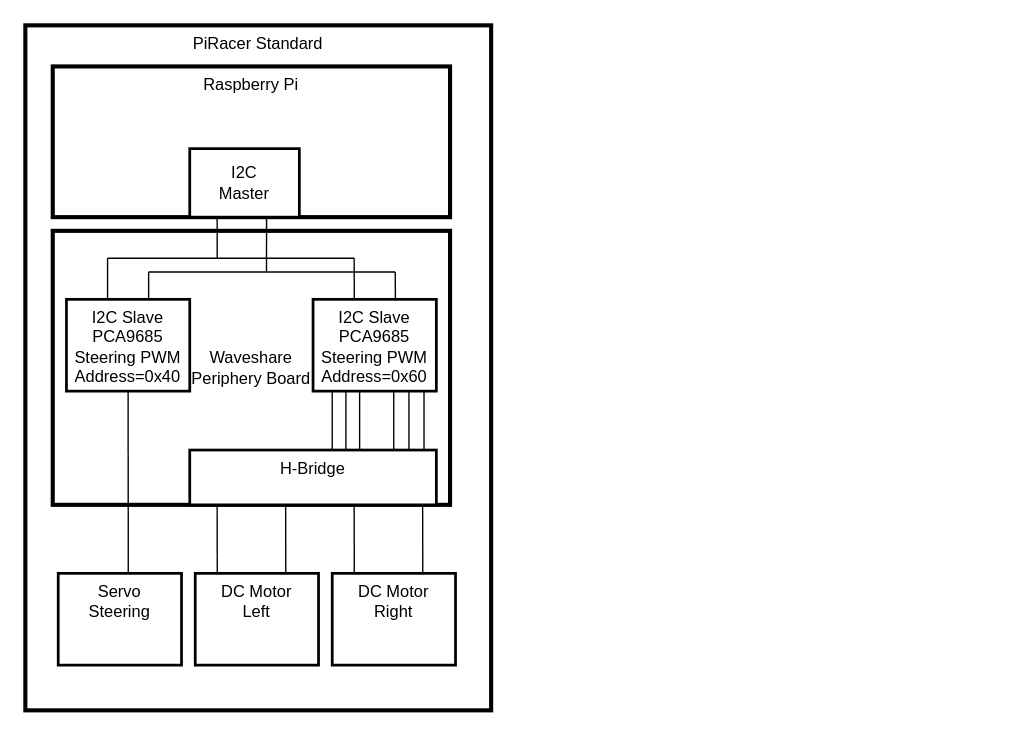
Above: doc/architecture/piracer_overview.drawio in twyleg/piracer_py (draw.io), before the change. Source tidied: cells renumbered, new cells numbered last; positions are measured from the earlier drawing's top-left corner, leaving out a move shared by most shapes. Both pictures are drawn from the tidied source at 137%, with x=0, y=0 at pixel (25, 25).
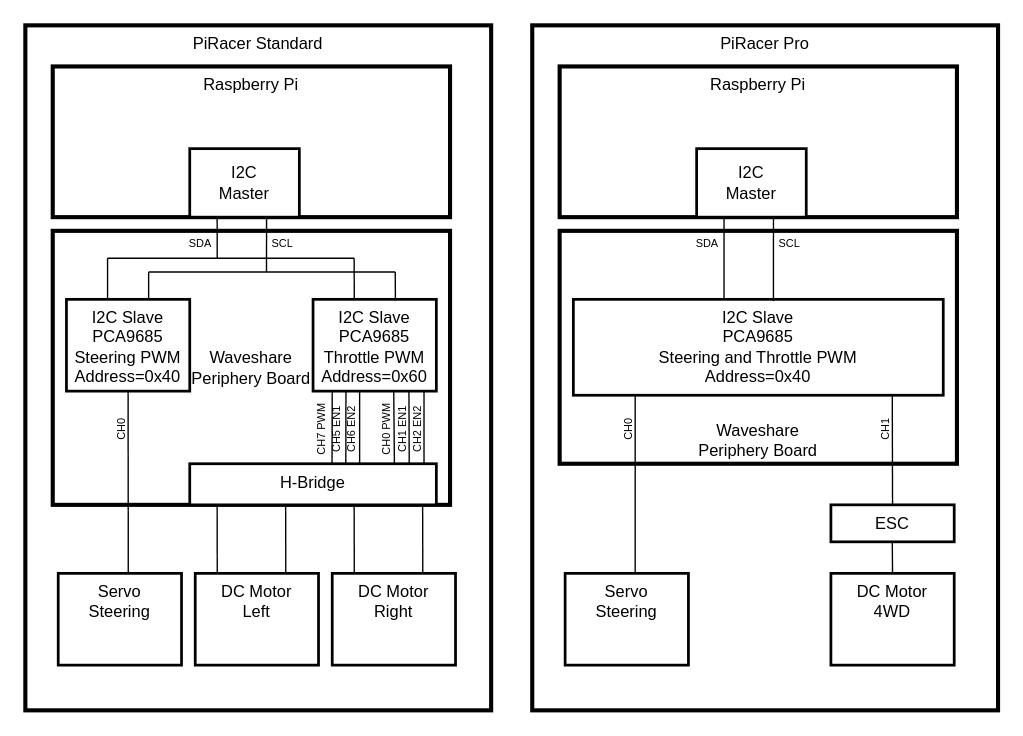
The same page after the edit.

Commit message (it also covers changes not shown here):
Added architecture overview to README.md

Diff of the diagram source:
```diff
@@
-    <mxCell id="7" value="I2C Slave&lt;br&gt;PCA9685&lt;br&gt;Steering PWM&lt;br&gt;Address=0x60" style="rounded=0;whiteSpace=wrap;html=1;verticalAlign=top;strokeWidth=2;" parent="1" vertex="1">
+    <mxCell id="7" value="I2C Slave&lt;br&gt;PCA9685&lt;br&gt;Throttle PWM&lt;br&gt;Address=0x60" style="rounded=0;whiteSpace=wrap;html=1;verticalAlign=top;strokeWidth=2;" parent="1" vertex="1">
       <mxGeometry x="210" y="200" width="90" height="67" as="geometry" />
     </mxCell>
@@
     <mxCell id="20" value="H-Bridge" style="rounded=0;whiteSpace=wrap;html=1;verticalAlign=top;strokeWidth=2;" parent="1" vertex="1">
-      <mxGeometry x="120" y="310" width="180" height="40" as="geometry" />
+      <mxGeometry x="120" y="320" width="180" height="30" as="geometry" />
     </mxCell>
-    <mxCell id="21" style="endArrow=none;html=1;rounded=0;entryX=0.5;entryY=1;entryDx=0;entryDy=0;" parent="1" edge="1">
+    <mxCell id="21" style="endArrow=none;html=1;rounded=0;entryX=0.5;entryY=1;entryDx=0;entryDy=0;exitX=0.577;exitY=-0.001;exitDx=0;exitDy=0;exitPerimeter=0;" parent="1" edge="1" source="20">
       <mxGeometry relative="1" as="geometry">
-        <mxPoint x="224" y="310" as="sourcePoint" />
         <mxPoint x="224" y="267" as="targetPoint" />
       </mxGeometry>
     </mxCell>
-    <mxCell id="22" style="endArrow=none;html=1;rounded=0;entryX=0.5;entryY=1;entryDx=0;entryDy=0;" parent="1" edge="1">
+    <mxCell id="22" style="endArrow=none;html=1;rounded=0;entryX=0.5;entryY=1;entryDx=0;entryDy=0;exitX=0.633;exitY=-0.006;exitDx=0;exitDy=0;exitPerimeter=0;" parent="1" edge="1" source="20">
       <mxGeometry relative="1" as="geometry">
-        <mxPoint x="234" y="310" as="sourcePoint" />
         <mxPoint x="234" y="267" as="targetPoint" />
       </mxGeometry>
     </mxCell>
-    <mxCell id="23" style="endArrow=none;html=1;rounded=0;entryX=0.5;entryY=1;entryDx=0;entryDy=0;" parent="1" edge="1">
+    <mxCell id="23" style="endArrow=none;html=1;rounded=0;entryX=0.5;entryY=1;entryDx=0;entryDy=0;exitX=0.689;exitY=-0.001;exitDx=0;exitDy=0;exitPerimeter=0;" parent="1" edge="1" source="20">
       <mxGeometry relative="1" as="geometry">
-        <mxPoint x="244" y="310" as="sourcePoint" />
         <mxPoint x="244" y="267" as="targetPoint" />
       </mxGeometry>
     </mxCell>
-    <mxCell id="24" style="endArrow=none;html=1;rounded=0;entryX=0.5;entryY=1;entryDx=0;entryDy=0;" parent="1" edge="1">
+    <mxCell id="24" style="endArrow=none;html=1;rounded=0;entryX=0.5;entryY=1;entryDx=0;entryDy=0;exitX=0.83;exitY=0.004;exitDx=0;exitDy=0;exitPerimeter=0;" parent="1" edge="1" source="20">
       <mxGeometry relative="1" as="geometry">
-        <mxPoint x="268.9" y="310" as="sourcePoint" />
         <mxPoint x="268.9" y="267" as="targetPoint" />
       </mxGeometry>
     </mxCell>
-    <mxCell id="25" style="endArrow=none;html=1;rounded=0;entryX=0.5;entryY=1;entryDx=0;entryDy=0;" parent="1" edge="1">
+    <mxCell id="25" style="endArrow=none;html=1;rounded=0;entryX=0.5;entryY=1;entryDx=0;entryDy=0;exitX=0.89;exitY=-0.006;exitDx=0;exitDy=0;exitPerimeter=0;" parent="1" edge="1" source="20">
       <mxGeometry relative="1" as="geometry">
-        <mxPoint x="280" y="310" as="sourcePoint" />
         <mxPoint x="280" y="267" as="targetPoint" />
       </mxGeometry>
     </mxCell>
     <mxCell id="26" style="endArrow=none;html=1;rounded=0;entryX=0.5;entryY=1;entryDx=0;entryDy=0;" parent="1" edge="1">
       <mxGeometry relative="1" as="geometry">
-        <mxPoint x="291" y="310" as="sourcePoint" />
+        <mxPoint x="291" y="320" as="sourcePoint" />
         <mxPoint x="291" y="267" as="targetPoint" />
       </mxGeometry>
     </mxCell>
@@
+    <mxCell id="31" value="&lt;font style=&quot;font-size: 8px&quot;&gt;SDA&lt;/font&gt;" style="text;html=1;strokeColor=none;fillColor=none;align=center;verticalAlign=middle;whiteSpace=wrap;rounded=0;" parent="1" vertex="1">
+      <mxGeometry x="98" y="143" width="60" height="30" as="geometry" />
+    </mxCell>
+    <mxCell id="32" value="&lt;font style=&quot;font-size: 8px&quot;&gt;SCL&lt;/font&gt;" style="text;html=1;strokeColor=none;fillColor=none;align=center;verticalAlign=middle;whiteSpace=wrap;rounded=0;" parent="1" vertex="1">
+      <mxGeometry x="158" y="143" width="60" height="30" as="geometry" />
+    </mxCell>
+    <mxCell id="33" value="&lt;font style=&quot;font-size: 8px&quot;&gt;CH0&lt;/font&gt;" style="text;html=1;strokeColor=none;fillColor=none;align=center;verticalAlign=middle;whiteSpace=wrap;rounded=0;direction=west;rotation=270;" parent="1" vertex="1">
+      <mxGeometry x="39" y="280" width="60" height="30" as="geometry" />
+    </mxCell>
+    <mxCell id="34" value="&lt;font style=&quot;font-size: 8px&quot;&gt;CH0 PWM&lt;/font&gt;" style="text;html=1;strokeColor=none;fillColor=none;align=center;verticalAlign=middle;whiteSpace=wrap;rounded=0;direction=west;rotation=270;" parent="1" vertex="1">
+      <mxGeometry x="233" y="280" width="60" height="30" as="geometry" />
+    </mxCell>
+    <mxCell id="35" value="&lt;font style=&quot;font-size: 8px&quot;&gt;CH1 EN1&lt;/font&gt;" style="text;html=1;strokeColor=none;fillColor=none;align=center;verticalAlign=middle;whiteSpace=wrap;rounded=0;direction=west;rotation=270;" parent="1" vertex="1">
+      <mxGeometry x="244" y="280" width="60" height="30" as="geometry" />
+    </mxCell>
+    <mxCell id="36" value="&lt;font style=&quot;font-size: 8px&quot;&gt;CH2 EN2&lt;br&gt;&lt;/font&gt;" style="text;html=1;strokeColor=none;fillColor=none;align=center;verticalAlign=middle;whiteSpace=wrap;rounded=0;direction=west;rotation=270;" parent="1" vertex="1">
+      <mxGeometry x="255" y="280" width="60" height="30" as="geometry" />
+    </mxCell>
+    <mxCell id="37" value="&lt;font style=&quot;font-size: 8px&quot;&gt;CH7 PWM&lt;/font&gt;" style="text;html=1;strokeColor=none;fillColor=none;align=center;verticalAlign=middle;whiteSpace=wrap;rounded=0;direction=west;rotation=270;" parent="1" vertex="1">
+      <mxGeometry x="185" y="280" width="60" height="30" as="geometry" />
+    </mxCell>
+    <mxCell id="38" value="&lt;font style=&quot;font-size: 8px&quot;&gt;CH5 EN1&lt;/font&gt;" style="text;html=1;strokeColor=none;fillColor=none;align=center;verticalAlign=middle;whiteSpace=wrap;rounded=0;direction=west;rotation=270;" parent="1" vertex="1">
+      <mxGeometry x="196" y="280" width="60" height="30" as="geometry" />
+    </mxCell>
+    <mxCell id="39" value="&lt;font style=&quot;font-size: 8px&quot;&gt;CH6 EN2&lt;br&gt;&lt;/font&gt;" style="text;html=1;strokeColor=none;fillColor=none;align=center;verticalAlign=middle;whiteSpace=wrap;rounded=0;direction=west;rotation=270;" parent="1" vertex="1">
+      <mxGeometry x="207" y="280" width="60" height="30" as="geometry" />
+    </mxCell>
+    <mxCell id="40" value="PiRacer Pro" style="rounded=0;whiteSpace=wrap;html=1;verticalAlign=top;strokeWidth=3;" parent="1" vertex="1">
+      <mxGeometry x="370" width="340" height="500" as="geometry" />
+    </mxCell>
+    <mxCell id="41" value="Raspberry Pi" style="rounded=0;whiteSpace=wrap;html=1;verticalAlign=top;strokeWidth=3;" parent="1" vertex="1">
+      <mxGeometry x="390" y="30" width="290" height="110" as="geometry" />
+    </mxCell>
+    <mxCell id="42" value="Waveshare&lt;br&gt;Periphery Board" style="rounded=0;whiteSpace=wrap;html=1;verticalAlign=bottom;strokeWidth=3;" parent="1" vertex="1">
+      <mxGeometry x="390" y="150" width="290" height="170" as="geometry" />
+    </mxCell>
+    <mxCell id="43" value="I2C&lt;br&gt;Master" style="rounded=0;whiteSpace=wrap;html=1;strokeWidth=2;" parent="1" vertex="1">
+      <mxGeometry x="490" y="90" width="80" height="50" as="geometry" />
+    </mxCell>
+    <mxCell id="44" value="I2C Slave&lt;br&gt;PCA9685&lt;br&gt;Steering and Throttle PWM&lt;br&gt;Address=0x40" style="rounded=0;whiteSpace=wrap;html=1;verticalAlign=top;strokeWidth=2;" parent="1" vertex="1">
+      <mxGeometry x="400" y="200" width="270" height="70" as="geometry" />
+    </mxCell>
+    <mxCell id="45" style="endArrow=none;html=1;rounded=0;entryX=0.701;entryY=1.019;entryDx=0;entryDy=0;entryPerimeter=0;exitX=0.541;exitY=0.017;exitDx=0;exitDy=0;exitPerimeter=0;" parent="1" edge="1" source="44" target="43">
+      <mxGeometry relative="1" as="geometry" />
+    </mxCell>
+    <mxCell id="46" style="endArrow=none;html=1;rounded=0;entryX=0.25;entryY=1;entryDx=0;entryDy=0;" parent="1" edge="1" target="43">
+      <mxGeometry relative="1" as="geometry">
+        <mxPoint x="510" y="200" as="sourcePoint" />
+      </mxGeometry>
+    </mxCell>
+    <mxCell id="47" value="Servo&lt;br&gt;Steering" style="rounded=0;whiteSpace=wrap;html=1;verticalAlign=top;strokeWidth=2;" parent="1" vertex="1">
+      <mxGeometry x="394" y="400" width="90" height="67" as="geometry" />
+    </mxCell>
+    <mxCell id="48" value="DC Motor&lt;br&gt;4WD" style="rounded=0;whiteSpace=wrap;html=1;verticalAlign=top;strokeWidth=2;" parent="1" vertex="1">
+      <mxGeometry x="588" y="400" width="90" height="67" as="geometry" />
+    </mxCell>
+    <mxCell id="49" style="endArrow=none;html=1;rounded=0;entryX=0.083;entryY=0.295;entryDx=0;entryDy=0;exitX=0.221;exitY=0.8;exitDx=0;exitDy=0;exitPerimeter=0;entryPerimeter=0;" parent="1" edge="1" source="40" target="52">
+      <mxGeometry relative="1" as="geometry" />
+    </mxCell>
+    <mxCell id="50" value="&lt;font style=&quot;font-size: 8px&quot;&gt;SDA&lt;/font&gt;" style="text;html=1;strokeColor=none;fillColor=none;align=center;verticalAlign=middle;whiteSpace=wrap;rounded=0;" parent="1" vertex="1">
+      <mxGeometry x="468" y="143" width="60" height="30" as="geometry" />
+    </mxCell>
+    <mxCell id="51" value="&lt;font style=&quot;font-size: 8px&quot;&gt;SCL&lt;/font&gt;" style="text;html=1;strokeColor=none;fillColor=none;align=center;verticalAlign=middle;whiteSpace=wrap;rounded=0;" parent="1" vertex="1">
+      <mxGeometry x="528" y="143" width="60" height="30" as="geometry" />
+    </mxCell>
+    <mxCell id="52" value="&lt;font style=&quot;font-size: 8px&quot;&gt;CH0&lt;/font&gt;" style="text;html=1;strokeColor=none;fillColor=none;align=center;verticalAlign=middle;whiteSpace=wrap;rounded=0;direction=west;rotation=270;" parent="1" vertex="1">
+      <mxGeometry x="409" y="280" width="60" height="30" as="geometry" />
+    </mxCell>
+    <mxCell id="53" style="edgeStyle=orthogonalEdgeStyle;rounded=0;orthogonalLoop=1;jettySize=auto;html=1;exitX=0.5;exitY=1;exitDx=0;exitDy=0;fontSize=8;" parent="1" edge="1" source="42" target="42">
+      <mxGeometry relative="1" as="geometry" />
+    </mxCell>
+    <mxCell id="54" value="ESC" style="rounded=0;whiteSpace=wrap;html=1;verticalAlign=top;strokeWidth=2;" parent="1" vertex="1">
+      <mxGeometry x="588" y="350" width="90" height="27" as="geometry" />
+    </mxCell>
+    <mxCell id="55" style="endArrow=none;html=1;rounded=0;entryX=0.083;entryY=0.295;entryDx=0;entryDy=0;entryPerimeter=0;" parent="1" edge="1">
+      <mxGeometry relative="1" as="geometry">
+        <mxPoint x="633" y="350" as="sourcePoint" />
+        <mxPoint x="632.8" y="270" as="targetPoint" />
+      </mxGeometry>
+    </mxCell>
+    <mxCell id="56" value="&lt;font style=&quot;font-size: 8px&quot;&gt;CH1&lt;/font&gt;" style="text;html=1;strokeColor=none;fillColor=none;align=center;verticalAlign=middle;whiteSpace=wrap;rounded=0;direction=west;rotation=270;" parent="1" vertex="1">
+      <mxGeometry x="597" y="280" width="60" height="30" as="geometry" />
+    </mxCell>
+    <mxCell id="57" style="endArrow=none;html=1;rounded=0;entryX=0.5;entryY=1;entryDx=0;entryDy=0;" parent="1" edge="1">
+      <mxGeometry relative="1" as="geometry">
+        <mxPoint x="633" y="400" as="sourcePoint" />
+        <mxPoint x="632.8" y="377" as="targetPoint" />
+      </mxGeometry>
+    </mxCell>
```
